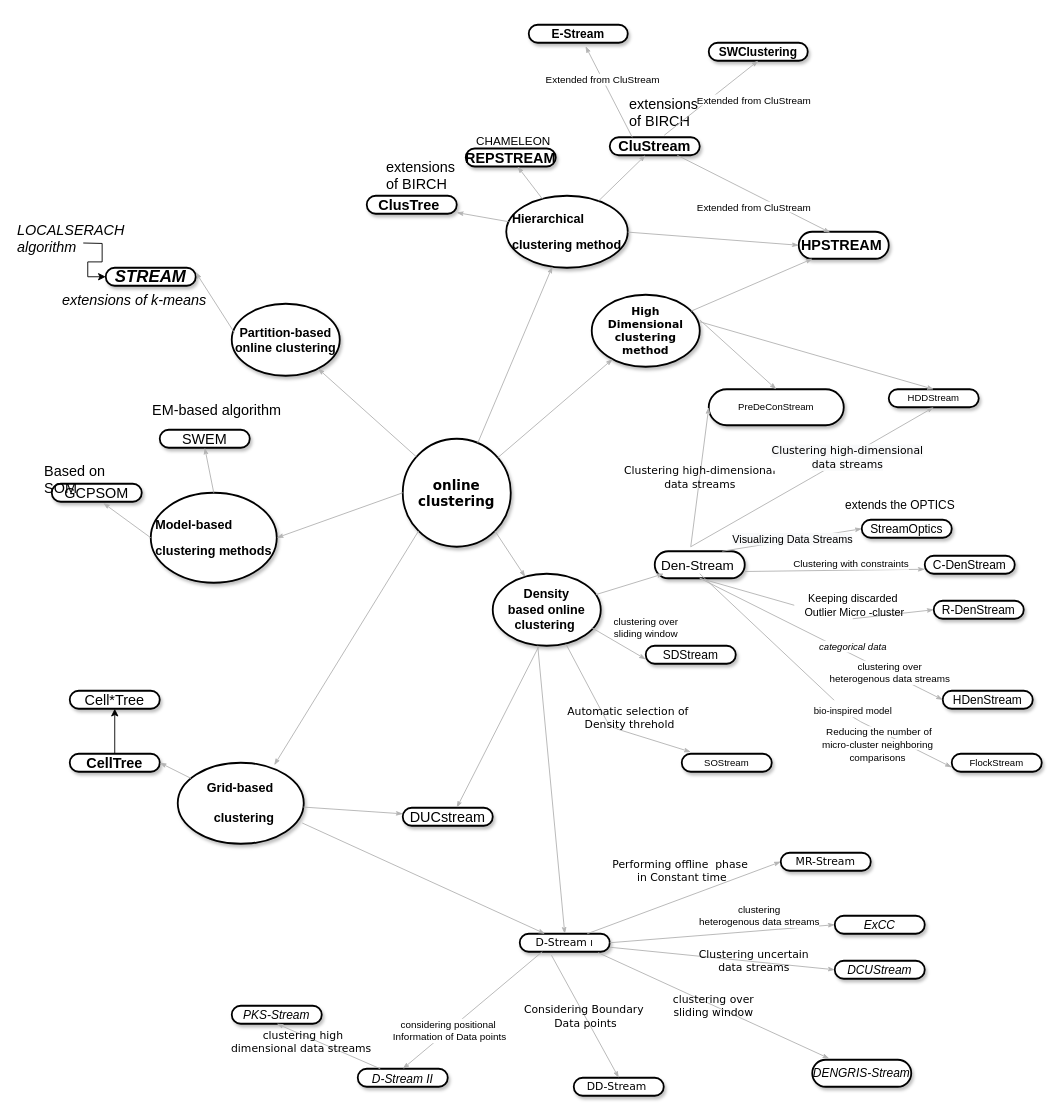
Above: KnowlegeGraph_clustering.drawio in intellistream/Sesame (draw.io), before the change. Source tidied: cells renumbered, new cells numbered last; positions are measured from the earlier drawing's top-left corner, leaving out a move shared by most shapes. Both pictures are drawn from the tidied source at 90%, with x=0, y=0 at pixel (15, 24).
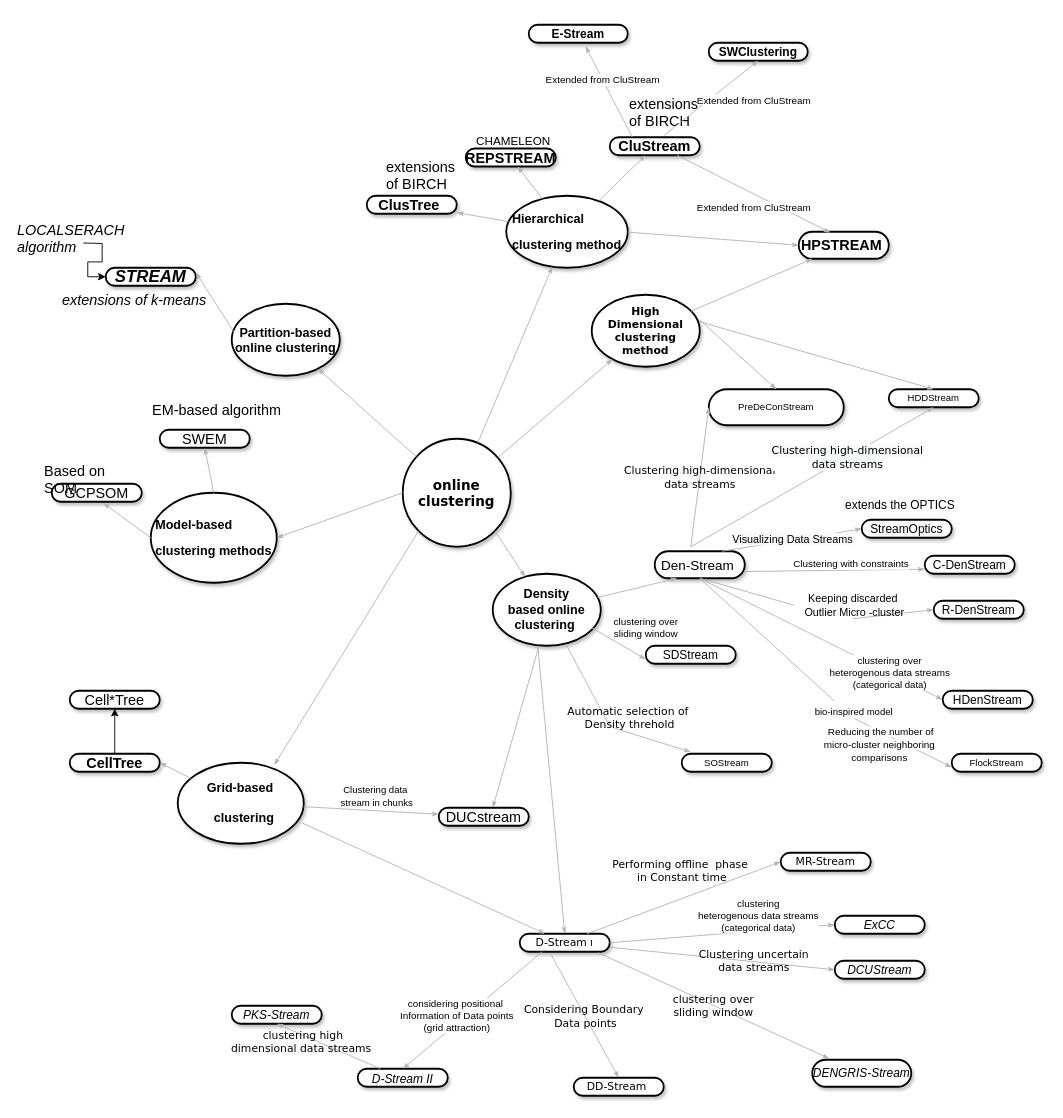
Above is the later version.

Unchanged cells that the change refers to:
```xml
<mxCell id="6" value="&lt;div style=&quot;font-size: 14px&quot;&gt;&lt;span style=&quot;font-family: &amp;#34;calibri&amp;#34;&quot;&gt;&lt;font style=&quot;font-size: 14px&quot;&gt;&lt;b&gt;Density&lt;/b&gt;&lt;/font&gt;&lt;/span&gt;&lt;/div&gt;&lt;div style=&quot;font-size: 14px&quot;&gt;&lt;span style=&quot;font-family: &amp;#34;calibri&amp;#34;&quot;&gt;&lt;font style=&quot;font-size: 14px&quot;&gt;&lt;b&gt;based online clustering&amp;nbsp;&lt;/b&gt;&lt;/font&gt;&lt;/span&gt;&lt;/div&gt;" style="ellipse;whiteSpace=wrap;html=1;rounded=1;shadow=1;comic=0;labelBackgroundColor=none;strokeWidth=2;fontFamily=Verdana;fontSize=12;align=center;" parent="1" vertex="1">
  <mxGeometry x="530" y="610" width="120" height="80" as="geometry" />
</mxCell>
<mxCell id="19" value="&lt;div&gt;&lt;span style=&quot;font-family: &amp;#34;calibri&amp;#34;&quot;&gt;&lt;font style=&quot;font-size: 15px&quot;&gt;Den-Stream&amp;nbsp;&lt;/font&gt;&lt;/span&gt;&lt;/div&gt;" style="whiteSpace=wrap;html=1;rounded=1;shadow=1;comic=0;labelBackgroundColor=none;strokeWidth=2;fontFamily=Verdana;fontSize=12;align=center;arcSize=50;" parent="1" vertex="1">
  <mxGeometry x="710" y="585" width="100" height="30" as="geometry" />
</mxCell>
<mxCell id="20" value="&lt;p class=&quot;MsoNormal&quot; align=&quot;justify&quot; style=&quot;text-align: justify&quot;&gt;&lt;b&gt;&lt;span style=&quot;font-family: &amp;#34;calibri&amp;#34; ; font-weight: bold&quot;&gt;&lt;font style=&quot;font-size: 14px&quot;&gt;Grid-based&lt;/font&gt;&lt;/span&gt;&lt;/b&gt;&lt;/p&gt;&lt;p class=&quot;MsoNormal&quot; align=&quot;justify&quot; style=&quot;text-align: justify&quot;&gt;&lt;b&gt;&lt;span style=&quot;font-family: &amp;#34;calibri&amp;#34; ; font-weight: bold&quot;&gt;&lt;font style=&quot;font-size: 14px&quot;&gt;&amp;nbsp; clustering&lt;/font&gt;&lt;/span&gt;&lt;/b&gt;&lt;b&gt;&lt;span style=&quot;font-family: &amp;#34;calibri&amp;#34; ; font-weight: bold ; font-size: 14.0000pt&quot;&gt;&lt;/span&gt;&lt;/b&gt;&lt;/p&gt;" style="ellipse;whiteSpace=wrap;html=1;rounded=1;shadow=1;comic=0;labelBackgroundColor=none;strokeWidth=2;fontFamily=Verdana;fontSize=12;align=center;" parent="1" vertex="1">
  <mxGeometry x="180" y="820" width="140" height="90" as="geometry" />
</mxCell>
<mxCell id="62" style="edgeStyle=none;rounded=1;html=1;labelBackgroundColor=none;startArrow=none;startFill=0;startSize=5;endArrow=classicThin;endFill=1;endSize=5;jettySize=auto;strokeColor=#B3B3B3;strokeWidth=1;fontFamily=Verdana;fontSize=12;entryX=0;entryY=0.5;entryDx=0;entryDy=0;exitX=0.5;exitY=1;exitDx=0;exitDy=0;" parent="1" edge="1" source="19" target="56">
  <mxGeometry relative="1" as="geometry" />
</mxCell>
<mxCell id="75" value="&lt;div style=&quot;text-align: left&quot;&gt;&lt;span style=&quot;font-family: &amp;#34;cmr8&amp;#34; ; font-size: 10.6267px&quot;&gt;FlockStream&lt;/span&gt;&lt;br&gt;&lt;/div&gt;" style="whiteSpace=wrap;html=1;rounded=1;shadow=1;comic=0;labelBackgroundColor=none;strokeWidth=2;fontFamily=Verdana;fontSize=12;align=center;arcSize=50;" parent="1" vertex="1">
  <mxGeometry x="1040" y="810" width="100" height="20" as="geometry" />
</mxCell>
<mxCell id="94" style="edgeStyle=none;rounded=1;html=1;labelBackgroundColor=none;startArrow=none;startFill=0;startSize=5;endArrow=classicThin;endFill=1;endSize=5;jettySize=auto;strokeColor=#B3B3B3;strokeWidth=1;fontFamily=Verdana;fontSize=12;entryX=0.5;entryY=0;entryDx=0;entryDy=0;exitX=0.25;exitY=1;exitDx=0;exitDy=0;" parent="1" edge="1" source="22" target="89">
  <mxGeometry relative="1" as="geometry" />
</mxCell>
<mxCell id="100" style="edgeStyle=none;rounded=1;html=1;labelBackgroundColor=none;startArrow=none;startFill=0;startSize=5;endArrow=classicThin;endFill=1;endSize=5;jettySize=auto;strokeColor=#B3B3B3;strokeWidth=1;fontFamily=Verdana;fontSize=12;entryX=0;entryY=0.5;entryDx=0;entryDy=0;" parent="1" edge="1" target="93">
  <mxGeometry relative="1" as="geometry">
    <mxPoint x="660" y="1020" as="sourcePoint" />
  </mxGeometry>
</mxCell>
```

What changed in the source:
```diff
@@
     <mxCell id="23" value="&lt;p class=&quot;MsoNormal&quot;&gt;&lt;span style=&quot;font-size: 12.0000pt&quot;&gt;&lt;font face=&quot;Calibri&quot;&gt;DUCstream&lt;/font&gt;&lt;/span&gt;&lt;/p&gt;" style="whiteSpace=wrap;html=1;rounded=1;shadow=1;comic=0;labelBackgroundColor=none;strokeWidth=2;fontFamily=Verdana;fontSize=12;align=center;arcSize=50;" parent="1" vertex="1">
-      <mxGeometry x="430" y="870" width="100" height="20" as="geometry" />
+      <mxGeometry x="470" y="870" width="100" height="20" as="geometry" />
     </mxCell>
-    <mxCell id="24" style="edgeStyle=none;rounded=1;html=1;labelBackgroundColor=none;startArrow=none;startFill=0;startSize=5;endArrow=classicThin;endFill=1;endSize=5;jettySize=auto;strokeColor=#B3B3B3;strokeWidth=1;fontFamily=Verdana;fontSize=12;" parent="1" edge="1" source="20" target="23">
-      <mxGeometry relative="1" as="geometry" />
+    <mxCell id="24" value="&lt;br&gt;&lt;br&gt;&lt;br&gt;&lt;div&gt;&lt;span style=&quot;font-size: 7.97pt ; font-family: &amp;#34;cmr8&amp;#34; ; color: rgb(0 , 0 , 0)&quot;&gt;Clustering data&amp;nbsp;&lt;/span&gt;&lt;/div&gt;&lt;div&gt;&lt;span style=&quot;font-size: 7.97pt ; font-family: &amp;#34;cmr8&amp;#34; ; color: rgb(0 , 0 , 0)&quot;&gt;stream in chunks&lt;/span&gt;&lt;/div&gt;&lt;br&gt;&lt;br&gt;" style="edgeStyle=none;rounded=1;html=1;labelBackgroundColor=none;startArrow=none;startFill=0;startSize=5;endArrow=classicThin;endFill=1;endSize=5;jettySize=auto;strokeColor=#B3B3B3;strokeWidth=1;fontFamily=Verdana;fontSize=12;" parent="1" edge="1" source="20" target="23">
+      <mxGeometry x="0.06" y="23" relative="1" as="geometry" />
     </mxCell>
@@
-    <mxCell id="28" style="edgeStyle=none;rounded=1;html=1;labelBackgroundColor=none;startArrow=none;startFill=0;startSize=5;endArrow=classicThin;endFill=1;endSize=5;jettySize=auto;strokeColor=#B3B3B3;strokeWidth=1;fontFamily=Verdana;fontSize=12;" parent="1" edge="1" source="6">
-      <mxGeometry x="-0.27" y="15" relative="1" as="geometry">
-        <mxPoint x="720" y="610" as="targetPoint" />
-      </mxGeometry>
+    <mxCell id="28" style="edgeStyle=none;rounded=1;html=1;labelBackgroundColor=none;startArrow=none;startFill=0;startSize=5;endArrow=classicThin;endFill=1;endSize=5;jettySize=auto;strokeColor=#B3B3B3;strokeWidth=1;fontFamily=Verdana;fontSize=12;entryX=0.25;entryY=1;entryDx=0;entryDy=0;" parent="1" edge="1" source="6" target="19">
+      <mxGeometry x="-0.27" y="15" relative="1" as="geometry" />
     </mxCell>
@@
-    <mxCell id="63" value="clustering over &lt;br&gt;heterogenous data streams" style="edgeLabel;html=1;align=center;verticalAlign=middle;" parent="62" vertex="1">
+    <mxCell id="63" value="clustering over &lt;br&gt;heterogenous data streams&lt;br&gt;(&lt;span style=&quot;font-family: &amp;#34;cmr8&amp;#34; ; font-size: 7.97pt&quot;&gt;categorical data&lt;/span&gt;)" style="edgeLabel;html=1;align=center;verticalAlign=middle;" parent="62" vertex="1">
       <mxGeometry x="0.24" y="2" relative="1" as="geometry">
         <mxPoint x="42" y="23" as="offset" />
       </mxGeometry>
     </mxCell>
-    <mxCell id="64" value="&lt;div&gt;&lt;span style=&quot;font-size: 7.97pt ; font-family: &amp;quot;cmr8&amp;quot;&quot;&gt;categorical data&lt;/span&gt;&lt;/div&gt;" style="edgeLabel;html=1;align=center;verticalAlign=middle;fontStyle=2;" parent="62" vertex="1">
-      <mxGeometry x="0.34" y="-1" relative="1" as="geometry">
-        <mxPoint x="-11" y="-16" as="offset" />
-      </mxGeometry>
-    </mxCell>
@@
-    <mxCell id="85" value="&#10;&#10;&lt;span style=&quot;color: rgb(0, 0, 0); font-family: helvetica; font-size: 11px; font-style: normal; font-weight: 400; letter-spacing: normal; text-align: center; text-indent: 0px; text-transform: none; word-spacing: 0px; background-color: rgb(255, 255, 255); display: inline; float: none;&quot;&gt;Reducing the number of&lt;/span&gt;&lt;br style=&quot;color: rgb(0, 0, 0); font-family: helvetica; font-size: 11px; font-style: normal; font-weight: 400; letter-spacing: normal; text-align: center; text-indent: 0px; text-transform: none; word-spacing: 0px;&quot;&gt;&lt;span style=&quot;color: rgb(0, 0, 0); font-family: helvetica; font-size: 11px; font-style: normal; font-weight: 400; letter-spacing: normal; text-align: center; text-indent: 0px; text-transform: none; word-spacing: 0px; background-color: rgb(255, 255, 255); display: inline; float: none;&quot;&gt;micro-cluster neighboring&amp;nbsp;&lt;/span&gt;&lt;br style=&quot;color: rgb(0, 0, 0); font-family: helvetica; font-size: 11px; font-style: normal; font-weight: 400; letter-spacing: normal; text-align: center; text-indent: 0px; text-transform: none; word-spacing: 0px;&quot;&gt;&lt;span style=&quot;color: rgb(0, 0, 0); font-family: helvetica; font-size: 11px; font-style: normal; font-weight: 400; letter-spacing: normal; text-align: center; text-indent: 0px; text-transform: none; word-spacing: 0px; background-color: rgb(255, 255, 255); display: inline; float: none;&quot;&gt;comparisons&amp;nbsp;&lt;/span&gt;&#10;&#10;" style="edgeStyle=none;rounded=1;html=1;labelBackgroundColor=none;startArrow=none;startFill=0;startSize=5;endArrow=classicThin;endFill=1;endSize=5;jettySize=auto;strokeColor=#B3B3B3;strokeWidth=1;fontFamily=Verdana;fontSize=12;entryX=0;entryY=0.75;entryDx=0;entryDy=0;" parent="1" edge="1" target="75">
+    <mxCell id="85" value="&#10;&#10;&lt;span style=&quot;color: rgb(0, 0, 0); font-family: helvetica; font-size: 11px; font-style: normal; font-weight: 400; letter-spacing: normal; text-align: center; text-indent: 0px; text-transform: none; word-spacing: 0px; background-color: rgb(255, 255, 255); display: inline; float: none;&quot;&gt;Reducing the number of&lt;/span&gt;&lt;br style=&quot;color: rgb(0, 0, 0); font-family: helvetica; font-size: 11px; font-style: normal; font-weight: 400; letter-spacing: normal; text-align: center; text-indent: 0px; text-transform: none; word-spacing: 0px;&quot;&gt;&lt;span style=&quot;color: rgb(0, 0, 0); font-family: helvetica; font-size: 11px; font-style: normal; font-weight: 400; letter-spacing: normal; text-align: center; text-indent: 0px; text-transform: none; word-spacing: 0px; background-color: rgb(255, 255, 255); display: inline; float: none;&quot;&gt;micro-cluster neighboring&amp;nbsp;&lt;/span&gt;&lt;br style=&quot;color: rgb(0, 0, 0); font-family: helvetica; font-size: 11px; font-style: normal; font-weight: 400; letter-spacing: normal; text-align: center; text-indent: 0px; text-transform: none; word-spacing: 0px;&quot;&gt;&lt;span style=&quot;color: rgb(0, 0, 0); font-family: helvetica; font-size: 11px; font-style: normal; font-weight: 400; letter-spacing: normal; text-align: center; text-indent: 0px; text-transform: none; word-spacing: 0px; background-color: rgb(255, 255, 255); display: inline; float: none;&quot;&gt;comparisons&amp;nbsp;&lt;/span&gt;&#10;&#10;" style="edgeStyle=none;rounded=1;html=1;labelBackgroundColor=none;startArrow=none;startFill=0;startSize=5;endArrow=classicThin;endFill=1;endSize=5;jettySize=auto;strokeColor=#B3B3B3;strokeWidth=1;fontFamily=Verdana;fontSize=12;entryX=0;entryY=0.75;entryDx=0;entryDy=0;exitX=0.5;exitY=1;exitDx=0;exitDy=0;" parent="1" edge="1" source="19" target="75">
       <mxGeometry x="0.54" y="-13" relative="1" as="geometry">
-        <mxPoint x="760" y="610" as="sourcePoint" />
         <Array as="points">
           <mxPoint x="930" y="770" />
         </Array>
         <mxPoint x="-1" as="offset" />
       </mxGeometry>
     </mxCell>
@@
-    <mxCell id="95" value="considering positional&amp;nbsp;&lt;br&gt;Information of Data points" style="edgeLabel;html=1;align=center;verticalAlign=middle;" parent="94" vertex="1">
-      <mxGeometry x="0.33" y="1" relative="1" as="geometry">
-        <mxPoint x="-1" as="offset" />
-      </mxGeometry>
-    </mxCell>
+    <mxCell id="103" value="&lt;font style=&quot;font-size: 11px&quot;&gt;considering positional&amp;nbsp;&lt;br style=&quot;font-size: 11px&quot;&gt;Information of Data points&lt;br style=&quot;font-size: 11px&quot;&gt;(&lt;span style=&quot;font-family: &amp;#34;cmr8&amp;#34; ; font-size: 11px&quot;&gt;grid attraction&lt;/span&gt;)&lt;/font&gt;" style="edgeLabel;html=1;align=center;verticalAlign=middle;" parent="94" vertex="1">
+      <mxGeometry x="0.59" relative="1" as="geometry">
+        <mxPoint x="28" y="-33" as="offset" />
+      </mxGeometry>
+    </mxCell>
@@
-    <mxCell id="101" value="clustering&lt;br&gt;heterogenous data streams" style="edgeLabel;html=1;align=center;verticalAlign=middle;" parent="100" vertex="1">
+    <mxCell id="101" value="clustering&lt;br&gt;heterogenous data streams&lt;br&gt;(&lt;span style=&quot;font-family: &amp;#34;cmr8&amp;#34; ; font-size: 7.97pt&quot;&gt;categorical data&lt;/span&gt;)" style="edgeLabel;html=1;align=center;verticalAlign=middle;" parent="100" vertex="1">
       <mxGeometry x="0.31" y="-1" relative="1" as="geometry">
-        <mxPoint x="2" y="-18" as="offset" />
+        <mxPoint x="1" y="-18" as="offset" />
       </mxGeometry>
     </mxCell>
```
